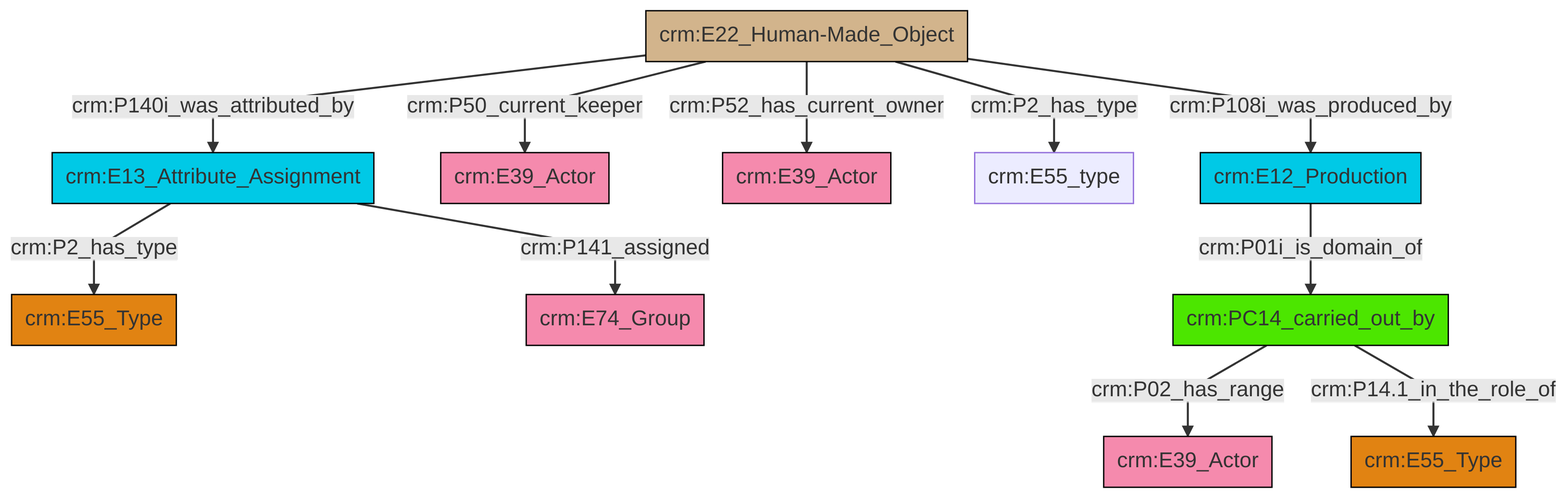
Earlier version of the Mermaid export et/artworkCSV/ttl/mmd/png/Artwork_Actor_Relations.png (swiss-art-research-net/docs.swissartresearch). Its source is kept beside it as et/artworkCSV/ttl/mmd/Artwork_Actor_Relations.ttl.mmd.
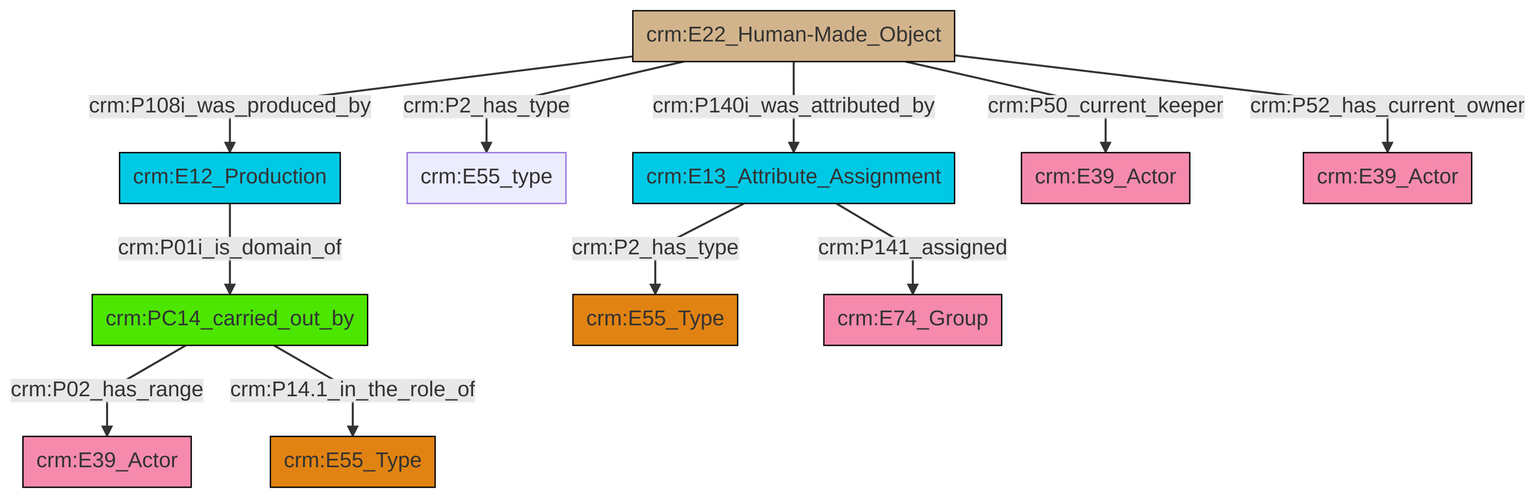
The same file after the commit.

Change to the diagram source:
```diff
@@ -13,13 +13,13 @@
 classDef PC_Classes fill:#4ce600, stroke:#000000;
 classDef Multi fill:#cccccc,stroke:#000000;
 
-0["crm:E22_Human-Made_Object"]:::Physical_Thing -->|crm:P140i_was_attributed_by| 1["crm:E13_Attribute_Assignment"]:::Temporal_Entity
-1["crm:E13_Attribute_Assignment"]:::Temporal_Entity -->|crm:P2_has_type| 2["crm:E55_Type"]:::Type
-0["crm:E22_Human-Made_Object"]:::Physical_Thing -->|crm:P2_has_type| 12["crm:E55_type"]:::Default
-17["crm:PC14_carried_out_by"]:::PC_Classes -->|crm:P02_has_range| 18["crm:E39_Actor"]:::Actor
-1["crm:E13_Attribute_Assignment"]:::Temporal_Entity -->|crm:P141_assigned| 15["crm:E74_Group"]:::Actor
-0["crm:E22_Human-Made_Object"]:::Physical_Thing -->|crm:P52_has_current_owner| 10["crm:E39_Actor"]:::Actor
-0["crm:E22_Human-Made_Object"]:::Physical_Thing -->|crm:P108i_was_produced_by| 13["crm:E12_Production"]:::Temporal_Entity
-17["crm:PC14_carried_out_by"]:::PC_Classes -->|crm:P14.1_in_the_role_of| 5["crm:E55_Type"]:::Type
-0["crm:E22_Human-Made_Object"]:::Physical_Thing -->|crm:P50_current_keeper| 8["crm:E39_Actor"]:::Actor
-13["crm:E12_Production"]:::Temporal_Entity -->|crm:P01i_is_domain_of| 17["crm:PC14_carried_out_by"]:::PC_Classes
+2["crm:E13_Attribute_Assignment"]:::Temporal_Entity -->|crm:P2_has_type| 3["crm:E55_Type"]:::Type
+4["crm:E22_Human-Made_Object"]:::Physical_Thing -->|crm:P108i_was_produced_by| 0["crm:E12_Production"]:::Temporal_Entity
+5["crm:PC14_carried_out_by"]:::PC_Classes -->|crm:P02_has_range| 6["crm:E39_Actor"]:::Actor
+4["crm:E22_Human-Made_Object"]:::Physical_Thing -->|crm:P2_has_type| 7["crm:E55_type"]:::Default
+4["crm:E22_Human-Made_Object"]:::Physical_Thing -->|crm:P140i_was_attributed_by| 2["crm:E13_Attribute_Assignment"]:::Temporal_Entity
+0["crm:E12_Production"]:::Temporal_Entity -->|crm:P01i_is_domain_of| 5["crm:PC14_carried_out_by"]:::PC_Classes
+5["crm:PC14_carried_out_by"]:::PC_Classes -->|crm:P14.1_in_the_role_of| 11["crm:E55_Type"]:::Type
+4["crm:E22_Human-Made_Object"]:::Physical_Thing -->|crm:P50_current_keeper| 9["crm:E39_Actor"]:::Actor
+2["crm:E13_Attribute_Assignment"]:::Temporal_Entity -->|crm:P141_assigned| 15["crm:E74_Group"]:::Actor
+4["crm:E22_Human-Made_Object"]:::Physical_Thing -->|crm:P52_has_current_owner| 17["crm:E39_Actor"]:::Actor
```
